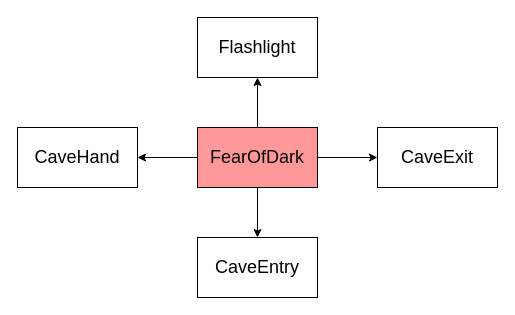
Jurgee/BP keeps this draw.io diagram as FearOfDark.drawio. Above is the earlier version. Source tidied: cells renumbered, new cells numbered last; positions are measured from the earlier drawing's top-left corner, leaving out a move shared by most shapes. Both pictures are drawn from the tidied source at 100%, with x=0, y=0 at pixel (17, 17).
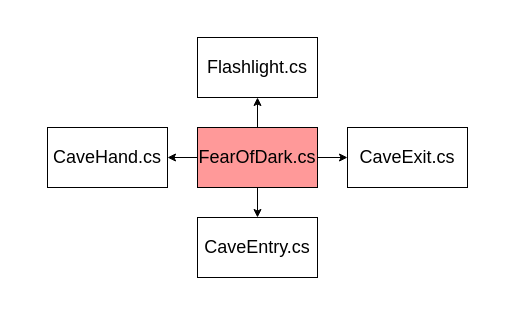
The same diagram, later.

Change to the diagram source:
```diff
@@
 <mxGraphModel>
   <root>
     <mxCell id="0" />
     <mxCell id="1" parent="0" />
     <mxCell id="2" style="edgeStyle=orthogonalEdgeStyle;rounded=0;jettySize=auto;html=1;entryX=0.5;entryY=1;entryDx=0;entryDy=0;" parent="1" edge="1" source="6" target="7">
       <mxGeometry relative="1" as="geometry" />
     </mxCell>
     <mxCell id="3" style="edgeStyle=orthogonalEdgeStyle;rounded=0;jettySize=auto;html=1;entryX=0;entryY=0.5;entryDx=0;entryDy=0;" parent="1" edge="1" source="6" target="9">
       <mxGeometry relative="1" as="geometry" />
     </mxCell>
     <mxCell id="4" style="edgeStyle=orthogonalEdgeStyle;rounded=0;jettySize=auto;html=1;entryX=0.5;entryY=0;entryDx=0;entryDy=0;" parent="1" edge="1" source="6" target="8">
       <mxGeometry relative="1" as="geometry" />
     </mxCell>
     <mxCell id="5" style="edgeStyle=orthogonalEdgeStyle;rounded=0;jettySize=auto;html=1;entryX=1;entryY=0.5;entryDx=0;entryDy=0;" parent="1" edge="1" source="6" target="10">
       <mxGeometry relative="1" as="geometry" />
     </mxCell>
-    <mxCell id="6" value="&lt;font style=&quot;font-size: 18px;&quot;&gt;FearOfDark&lt;/font&gt;" style="rounded=0;whiteSpace=wrap;html=1;fillColor=#FF9999;" parent="1" vertex="1">
+    <mxCell id="6" value="&lt;font style=&quot;font-size: 18px;&quot;&gt;FearOfDark.cs&lt;/font&gt;" style="rounded=0;whiteSpace=wrap;html=1;fillColor=#FF9999;" parent="1" vertex="1">
       <mxGeometry x="180" y="110" width="120" height="60" as="geometry" />
     </mxCell>
-    <mxCell id="7" value="&lt;font style=&quot;font-size: 18px;&quot;&gt;Flashlight&lt;/font&gt;" style="rounded=0;whiteSpace=wrap;html=1;" parent="1" vertex="1">
-      <mxGeometry x="180" width="120" height="60" as="geometry" />
+    <mxCell id="7" value="&lt;font style=&quot;font-size: 18px;&quot;&gt;Flashlight.cs&lt;/font&gt;" style="rounded=0;whiteSpace=wrap;html=1;" parent="1" vertex="1">
+      <mxGeometry x="180" y="20" width="120" height="60" as="geometry" />
     </mxCell>
-    <mxCell id="8" value="&lt;font style=&quot;font-size: 18px;&quot;&gt;CaveEntry&lt;/font&gt;" style="rounded=0;whiteSpace=wrap;html=1;" parent="1" vertex="1">
-      <mxGeometry x="180" y="220" width="120" height="60" as="geometry" />
+    <mxCell id="8" value="&lt;font style=&quot;font-size: 18px;&quot;&gt;CaveEntry.cs&lt;/font&gt;" style="rounded=0;whiteSpace=wrap;html=1;" parent="1" vertex="1">
+      <mxGeometry x="180" y="200" width="120" height="60" as="geometry" />
     </mxCell>
-    <mxCell id="9" value="&lt;font style=&quot;font-size: 18px;&quot;&gt;CaveExit&lt;/font&gt;" style="rounded=0;whiteSpace=wrap;html=1;" parent="1" vertex="1">
-      <mxGeometry x="360" y="110" width="120" height="60" as="geometry" />
+    <mxCell id="9" value="&lt;font style=&quot;font-size: 18px;&quot;&gt;CaveExit.cs&lt;/font&gt;" style="rounded=0;whiteSpace=wrap;html=1;" parent="1" vertex="1">
+      <mxGeometry x="330" y="110" width="120" height="60" as="geometry" />
     </mxCell>
-    <mxCell id="10" value="&lt;font style=&quot;font-size: 18px;&quot;&gt;CaveHand&lt;/font&gt;" style="rounded=0;whiteSpace=wrap;html=1;" parent="1" vertex="1">
-      <mxGeometry y="110" width="120" height="60" as="geometry" />
+    <mxCell id="10" value="&lt;font style=&quot;font-size: 18px;&quot;&gt;CaveHand.cs&lt;/font&gt;" style="rounded=0;whiteSpace=wrap;html=1;" parent="1" vertex="1">
+      <mxGeometry x="30" y="110" width="120" height="60" as="geometry" />
     </mxCell>
   </root>
 </mxGraphModel>
```
